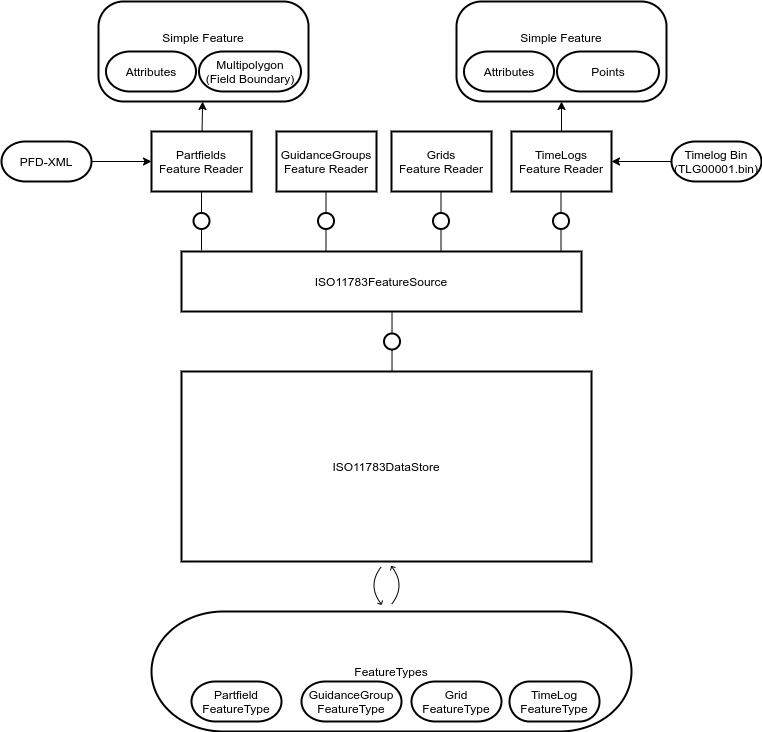
ManuelB/architecture-iso-11873-part-10 keeps this draw.io diagram as architecture/ISOXML-DataStore-Structure.png. Above is the earlier version. Source tidied: cells renumbered, new cells last; positions are measured from the earlier drawing's top-left corner, leaving out a move shared by most shapes. Its diagram source:
```xml
<mxGraphModel>
  <root>
    <mxCell id="0" />
    <mxCell id="1" parent="0" />
    <mxCell id="2" value="ISO11783DataStore" style="shape=agent;offsetSize=8;strokeWidth=2;" parent="1" vertex="1">
      <mxGeometry x="180" y="370" width="410" height="190" as="geometry" />
    </mxCell>
    <mxCell id="3" value="ISO11783FeatureSource" style="shape=agent;offsetSize=8;strokeWidth=2;" parent="1" vertex="1">
      <mxGeometry x="180" y="250" width="400" height="60" as="geometry" />
    </mxCell>
    <mxCell id="4" style="edgeStyle=none;rounded=0;jettySize=auto;html=1;" parent="1" edge="1" source="5" target="23">
      <mxGeometry relative="1" as="geometry" />
    </mxCell>
    <mxCell id="5" value="Partfields&#10;Feature Reader" style="shape=agent;offsetSize=8;strokeWidth=2;" parent="1" vertex="1">
      <mxGeometry x="150" y="130" width="100" height="60" as="geometry" />
    </mxCell>
    <mxCell id="6" value="GuidanceGroups&#10;Feature Reader" style="shape=agent;offsetSize=8;strokeWidth=2;" parent="1" vertex="1">
      <mxGeometry x="275" y="130" width="100" height="60" as="geometry" />
    </mxCell>
    <mxCell id="7" value="Grids&#10;Feature Reader" style="shape=agent;offsetSize=8;strokeWidth=2;" parent="1" vertex="1">
      <mxGeometry x="390" y="130" width="100" height="60" as="geometry" />
    </mxCell>
    <mxCell id="8" style="edgeStyle=orthogonalEdgeStyle;rounded=0;jettySize=auto;html=1;" parent="1" edge="1" source="9" target="28">
      <mxGeometry relative="1" as="geometry" />
    </mxCell>
    <mxCell id="9" value="TimeLogs&#10;Feature Reader" style="shape=agent;offsetSize=8;strokeWidth=2;" parent="1" vertex="1">
      <mxGeometry x="510" y="130" width="100" height="60" as="geometry" />
    </mxCell>
    <mxCell id="10" style="shape=useedge;vertical=true;endArrow=none;useSignPosition=left;useSignDirection=none;" parent="1" edge="1" source="2">
      <mxGeometry relative="1" as="geometry">
        <mxPoint x="394" y="310" as="targetPoint" />
      </mxGeometry>
    </mxCell>
    <mxCell id="11" style="shape=useedge;vertical=true;endArrow=none;useSignPosition=left;useSignDirection=none;exitX=0.05;exitY=-0.017;exitDx=0;exitDy=0;exitPerimeter=0;" parent="1" edge="1" source="3">
      <mxGeometry relative="1" as="geometry">
        <mxPoint x="200" y="190" as="targetPoint" />
      </mxGeometry>
    </mxCell>
    <mxCell id="12" style="shape=useedge;vertical=true;endArrow=none;useSignPosition=left;useSignDirection=none;exitX=0.05;exitY=-0.017;exitDx=0;exitDy=0;exitPerimeter=0;" parent="1" edge="1">
      <mxGeometry relative="1" as="geometry">
        <mxPoint x="324.5" y="249" as="sourcePoint" />
        <mxPoint x="324.5" y="190" as="targetPoint" />
      </mxGeometry>
    </mxCell>
    <mxCell id="13" style="shape=useedge;vertical=true;endArrow=none;useSignPosition=left;useSignDirection=none;exitX=0.05;exitY=-0.017;exitDx=0;exitDy=0;exitPerimeter=0;" parent="1" edge="1">
      <mxGeometry relative="1" as="geometry">
        <mxPoint x="439.5" y="249" as="sourcePoint" />
        <mxPoint x="439.5" y="190" as="targetPoint" />
      </mxGeometry>
    </mxCell>
    <mxCell id="14" style="shape=useedge;vertical=true;endArrow=none;useSignPosition=left;useSignDirection=none;exitX=0.05;exitY=-0.017;exitDx=0;exitDy=0;exitPerimeter=0;" parent="1" edge="1">
      <mxGeometry relative="1" as="geometry">
        <mxPoint x="559.5" y="249" as="sourcePoint" />
        <mxPoint x="559.5" y="190" as="targetPoint" />
      </mxGeometry>
    </mxCell>
    <mxCell id="15" value="FeatureTypes" style="rounded=1;whiteSpace=wrap;html=1;arcSize=60;strokeWidth=2;labelPosition=center;verticalLabelPosition=middle;align=center;verticalAlign=middle;" parent="1" vertex="1">
      <mxGeometry x="150" y="610" width="480" height="120" as="geometry" />
    </mxCell>
    <mxCell id="16" value="Partfield FeatureType" style="rounded=1;whiteSpace=wrap;html=1;arcSize=60;strokeWidth=2;" parent="1" vertex="1">
      <mxGeometry x="190" y="680" width="90" height="40" as="geometry" />
    </mxCell>
    <mxCell id="17" value="Grid FeatureType" style="rounded=1;whiteSpace=wrap;html=1;arcSize=60;strokeWidth=2;" parent="1" vertex="1">
      <mxGeometry x="410" y="680" width="90" height="40" as="geometry" />
    </mxCell>
    <mxCell id="18" value="GuidanceGroup FeatureType" style="rounded=1;whiteSpace=wrap;html=1;arcSize=60;strokeWidth=2;" parent="1" vertex="1">
      <mxGeometry x="300" y="680" width="100" height="40" as="geometry" />
    </mxCell>
    <mxCell id="19" value="TimeLog FeatureType" style="rounded=1;whiteSpace=wrap;html=1;arcSize=50;strokeWidth=2;" parent="1" vertex="1">
      <mxGeometry x="508" y="680" width="90" height="40" as="geometry" />
    </mxCell>
    <mxCell id="20" style="shape=updateedge;endArrow=none;vertical=true;exitX=0.5;exitY=1;exitDx=0;exitDy=0;entryX=0.485;entryY=-0.018;entryDx=0;entryDy=0;entryPerimeter=0;" parent="1" edge="1" source="2" target="15">
      <mxGeometry relative="1" as="geometry" />
    </mxCell>
    <mxCell id="21" style="edgeStyle=orthogonalEdgeStyle;rounded=0;jettySize=auto;html=1;" parent="1" edge="1" source="22" target="5">
      <mxGeometry relative="1" as="geometry" />
    </mxCell>
    <mxCell id="22" value="PFD-XML" style="rounded=1;whiteSpace=wrap;html=1;arcSize=60;strokeWidth=2;" parent="1" vertex="1">
      <mxGeometry y="140" width="90" height="40" as="geometry" />
    </mxCell>
    <mxCell id="23" value="Simple Feature&lt;br&gt;&lt;br&gt;&lt;br&gt;" style="rounded=1;whiteSpace=wrap;html=1;arcSize=25;strokeWidth=2;" parent="1" vertex="1">
      <mxGeometry x="97" width="210" height="100" as="geometry" />
    </mxCell>
    <mxCell id="24" value="Attributes" style="rounded=1;whiteSpace=wrap;html=1;arcSize=60;strokeWidth=2;" parent="1" vertex="1">
      <mxGeometry x="104.5" y="50" width="90" height="40" as="geometry" />
    </mxCell>
    <mxCell id="25" value="Multipolygon&lt;br&gt;(Field Boundary)" style="rounded=1;whiteSpace=wrap;html=1;arcSize=60;strokeWidth=2;" parent="1" vertex="1">
      <mxGeometry x="197.5" y="50" width="102" height="40" as="geometry" />
    </mxCell>
    <mxCell id="26" style="edgeStyle=orthogonalEdgeStyle;rounded=0;jettySize=auto;html=1;" parent="1" edge="1" source="27" target="9">
      <mxGeometry relative="1" as="geometry" />
    </mxCell>
    <mxCell id="27" value="Timelog Bin&lt;br&gt;(TLG00001.bin)" style="rounded=1;whiteSpace=wrap;html=1;arcSize=60;strokeWidth=2;" parent="1" vertex="1">
      <mxGeometry x="670" y="140" width="90" height="40" as="geometry" />
    </mxCell>
    <mxCell id="28" value="Simple Feature&lt;br&gt;&lt;br&gt;&lt;br&gt;" style="rounded=1;whiteSpace=wrap;html=1;arcSize=25;strokeWidth=2;" parent="1" vertex="1">
      <mxGeometry x="455" width="210" height="100" as="geometry" />
    </mxCell>
    <mxCell id="29" value="Attributes" style="rounded=1;whiteSpace=wrap;html=1;arcSize=60;strokeWidth=2;" parent="1" vertex="1">
      <mxGeometry x="462.5" y="50" width="90" height="40" as="geometry" />
    </mxCell>
    <mxCell id="30" value="Points" style="rounded=1;whiteSpace=wrap;html=1;arcSize=60;strokeWidth=2;" parent="1" vertex="1">
      <mxGeometry x="555.5" y="50" width="102" height="40" as="geometry" />
    </mxCell>
  </root>
</mxGraphModel>
```
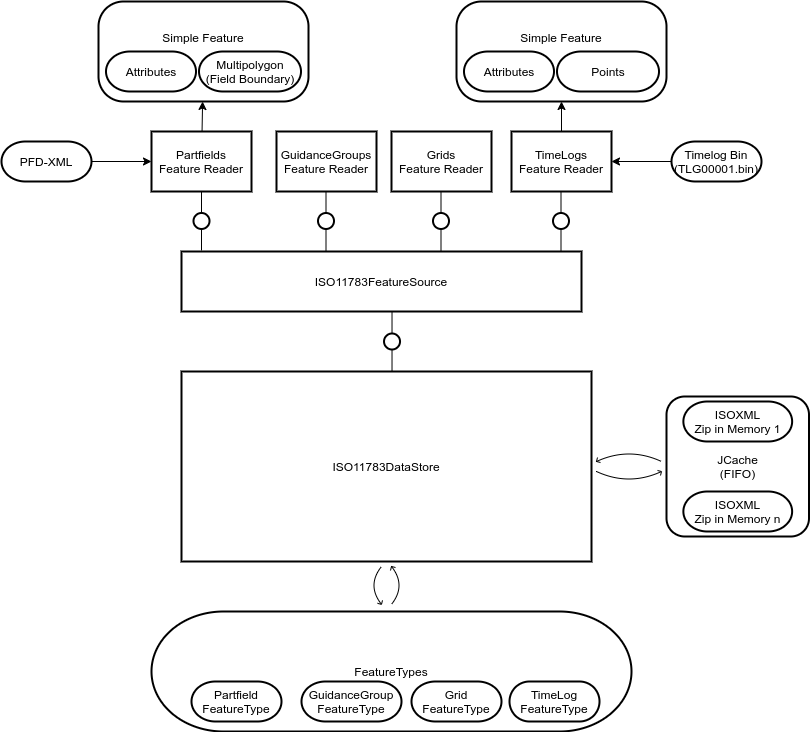
After the commit.

Change to the diagram source:
```diff
@@ -102,5 +102,17 @@
     <mxCell id="30" value="Points" style="rounded=1;whiteSpace=wrap;html=1;arcSize=60;strokeWidth=2;" parent="1" vertex="1">
       <mxGeometry x="555.5" y="50" width="102" height="40" as="geometry" />
     </mxCell>
+    <mxCell id="31" value="JCache&lt;br&gt;(FIFO)" style="rounded=1;whiteSpace=wrap;html=1;arcSize=13;strokeWidth=2;" parent="1" vertex="1">
+      <mxGeometry x="665" y="395" width="142.5" height="140" as="geometry" />
+    </mxCell>
+    <mxCell id="32" value="ISOXML&lt;br&gt;Zip in Memory 1" style="rounded=1;whiteSpace=wrap;html=1;arcSize=60;strokeWidth=2;" parent="1" vertex="1">
+      <mxGeometry x="681.9" y="400" width="108.8" height="40" as="geometry" />
+    </mxCell>
+    <mxCell id="33" style="shape=updateedge;endArrow=none;exitX=1;exitY=0.5;exitDx=0;exitDy=0;entryX=0;entryY=0.5;entryDx=0;entryDy=0;" parent="1" edge="1" source="2" target="31">
+      <mxGeometry relative="1" as="geometry" />
+    </mxCell>
+    <mxCell id="34" value="ISOXML&lt;br&gt;Zip in Memory n" style="rounded=1;whiteSpace=wrap;html=1;arcSize=60;strokeWidth=2;" parent="1" vertex="1">
+      <mxGeometry x="681.9" y="490" width="108.8" height="40" as="geometry" />
+    </mxCell>
   </root>
 </mxGraphModel>
```
